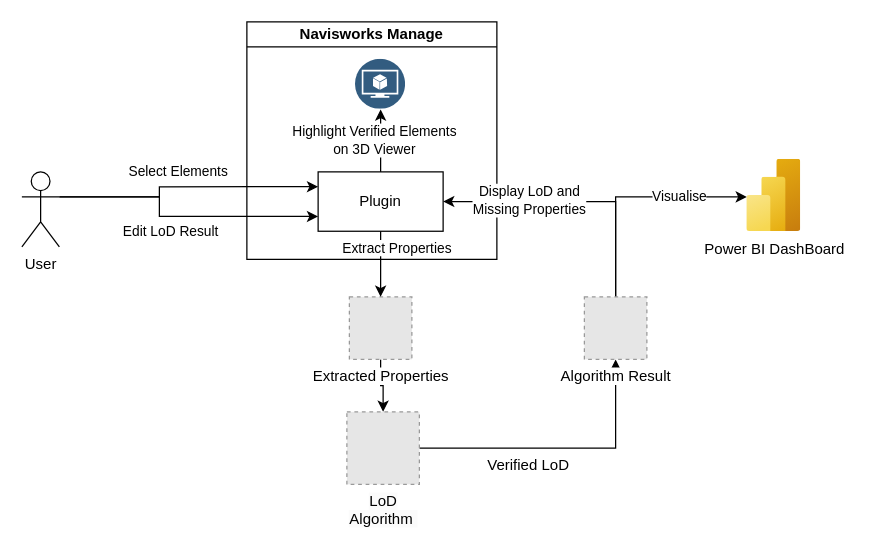
This is page "Context" (1 of 2) of Docs/NavisPlugin.drawio from NgoMinhhh/NavisPlugin, a draw.io file, before an edit. Source tidied: cells renumbered, new cells numbered last; positions are measured from the earlier drawing's top-left corner, leaving out a move shared by most shapes. Both pictures are drawn from the tidied source at 125%, with x=0, y=0 at pixel (21, 21). Pictures stored in the file or linked from it are replaced by grey dashed boxes.
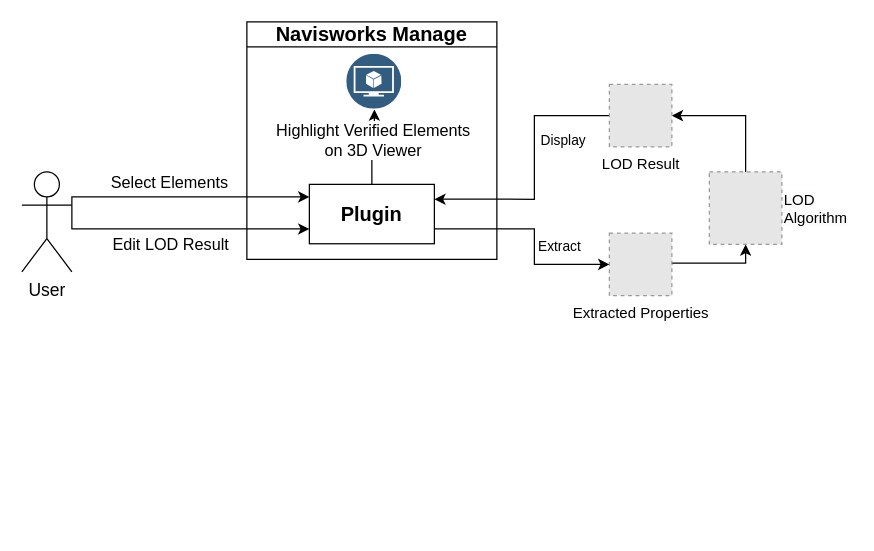
The same page after the edit.

The edit, as a diff of the source:
```diff
@@
-    <mxCell id="2" style="edgeStyle=orthogonalEdgeStyle;rounded=0;jettySize=auto;html=1;entryX=0;entryY=0.75;entryDx=0;entryDy=0;" parent="1" edge="1" source="5" target="8">
+    <mxCell id="2" style="edgeStyle=orthogonalEdgeStyle;rounded=0;jettySize=auto;html=1;entryX=0;entryY=0.75;entryDx=0;entryDy=0;exitX=1;exitY=0.3333333333333333;exitDx=0;exitDy=0;exitPerimeter=0;" parent="1" edge="1" source="5" target="8">
       <mxGeometry relative="1" as="geometry">
         <Array as="points">
-          <mxPoint x="110" y="140" />
-          <mxPoint x="110" y="156" />
+          <mxPoint x="40" y="166" />
         </Array>
       </mxGeometry>
     </mxCell>
-    <mxCell id="3" value="Edit LoD Result" style="edgeLabel;html=1;align=center;verticalAlign=middle;" parent="2" vertex="1">
+    <mxCell id="3" value="Edit LOD Result" style="edgeLabel;html=1;align=center;verticalAlign=middle;fontSize=13;" parent="2" vertex="1">
       <mxGeometry x="-0.02" y="-3" relative="1" as="geometry">
         <mxPoint x="-5" y="9" as="offset" />
       </mxGeometry>
     </mxCell>
-    <mxCell id="4" value="Select Elements" style="edgeStyle=orthogonalEdgeStyle;rounded=0;jettySize=auto;html=1;entryX=0;entryY=0.25;entryDx=0;entryDy=0;exitX=1;exitY=0.3333333333333333;exitDx=0;exitDy=0;exitPerimeter=0;" parent="1" edge="1" source="5" target="8">
-      <mxGeometry x="-0.04" y="12" relative="1" as="geometry">
+    <mxCell id="4" value="Select Elements" style="edgeStyle=elbowEdgeStyle;rounded=0;jettySize=auto;html=1;entryX=0;entryY=0.25;entryDx=0;entryDy=0;fontSize=13;elbow=vertical;exitX=1;exitY=0.3333333333333333;exitDx=0;exitDy=0;exitPerimeter=0;" parent="1" edge="1" source="5">
+      <mxGeometry x="-0.14" y="12" relative="1" as="geometry">
+        <mxPoint x="230" y="139.7" as="targetPoint" />
         <Array as="points">
-          <mxPoint x="110" y="140" />
-          <mxPoint x="110" y="132" />
+          <mxPoint x="130" y="140" />
         </Array>
       </mxGeometry>
     </mxCell>
-    <mxCell id="5" value="User" style="shape=umlActor;verticalLabelPosition=bottom;verticalAlign=top;html=1;outlineConnect=0;" parent="1" vertex="1">
-      <mxGeometry y="120" width="30" height="60" as="geometry" />
+    <mxCell id="5" value="User" style="shape=umlActor;verticalLabelPosition=bottom;verticalAlign=top;html=1;outlineConnect=0;fontSize=14;" parent="1" vertex="1">
+      <mxGeometry y="120" width="40" height="80" as="geometry" />
     </mxCell>
-    <mxCell id="6" value="Navisworks Manage" style="swimlane;whiteSpace=wrap;html=1;startSize=20;" parent="1" vertex="1">
+    <mxCell id="6" value="&lt;font style=&quot;font-size: 16px;&quot;&gt;Navisworks Manage&lt;/font&gt;" style="swimlane;whiteSpace=wrap;html=1;startSize=20;" parent="1" vertex="1">
       <mxGeometry x="180" width="200" height="190" as="geometry" />
     </mxCell>
-    <mxCell id="7" value="&lt;span style=&quot;forced-color-adjust: none; color: rgb(0, 0, 0); font-family: Helvetica; font-style: normal; font-variant-ligatures: normal; font-variant-caps: normal; letter-spacing: normal; orphans: 2; text-align: center; text-indent: 0px; text-transform: none; widows: 2; word-spacing: 0px; -webkit-text-stroke-width: 0px; white-space: nowrap; text-decoration-thickness: initial; text-decoration-style: initial; text-decoration-color: initial; font-size: 11px; font-weight: 400; background-color: rgb(255, 255, 255); float: none; display: inline !important;&quot;&gt;Highlight Verified Elements&lt;br&gt;on 3D Viewer&lt;/span&gt;" style="edgeStyle=orthogonalEdgeStyle;rounded=0;jettySize=auto;html=1;" parent="6" edge="1" source="8" target="9">
+    <mxCell id="7" value="&lt;span style=&quot;forced-color-adjust: none; color: rgb(0, 0, 0); font-family: Helvetica; font-style: normal; font-variant-ligatures: normal; font-variant-caps: normal; letter-spacing: normal; orphans: 2; text-align: center; text-indent: 0px; text-transform: none; widows: 2; word-spacing: 0px; -webkit-text-stroke-width: 0px; white-space: nowrap; text-decoration-thickness: initial; text-decoration-style: initial; text-decoration-color: initial; font-size: 13px; font-weight: 400; background-color: rgb(255, 255, 255); float: none; display: inline !important;&quot;&gt;Highlight Verified Elements&lt;br style=&quot;font-size: 13px;&quot;&gt;on 3D Viewer&lt;/span&gt;" style="edgeStyle=orthogonalEdgeStyle;rounded=0;jettySize=auto;html=1;fontSize=13;" parent="6" edge="1" source="8" target="9">
       <mxGeometry x="0.01" y="5" relative="1" as="geometry" />
     </mxCell>
-    <mxCell id="8" value="Plugin" style="rounded=0;whiteSpace=wrap;html=1;" parent="6" vertex="1">
-      <mxGeometry x="57" y="120" width="100" height="47.5" as="geometry" />
+    <mxCell id="8" value="&lt;font style=&quot;font-size: 16px;&quot;&gt;&lt;b&gt;Plugin&lt;/b&gt;&lt;/font&gt;" style="rounded=0;whiteSpace=wrap;html=1;" parent="6" vertex="1">
+      <mxGeometry x="50" y="130" width="100" height="47.5" as="geometry" />
     </mxCell>
     <mxCell id="9" style="image;perimeter=ellipsePerimeter;html=1;align=center;shadow=0;dashed=0;fontColor=#4277BB;labelBackgroundColor=default;fontSize=12;spacingTop=3;image=img/lib/ibm/data/model.svg;" parent="6" vertex="1">
-      <mxGeometry x="87" y="30" width="40" height="40" as="geometry" />
+      <mxGeometry x="80" y="26" width="44" height="44" as="geometry" />
     </mxCell>
-    <mxCell id="10" style="edgeStyle=orthogonalEdgeStyle;rounded=0;jettySize=auto;html=1;entryX=0.5;entryY=1;entryDx=0;entryDy=0;exitX=1;exitY=0.5;exitDx=0;exitDy=0;" parent="1" edge="1" source="20" target="15">
+    <mxCell id="10" style="edgeStyle=orthogonalEdgeStyle;rounded=0;jettySize=auto;html=1;entryX=1;entryY=0.5;entryDx=0;entryDy=0;exitX=0.5;exitY=0;exitDx=0;exitDy=0;" parent="1" edge="1" source="20" target="15">
       <mxGeometry relative="1" as="geometry" />
     </mxCell>
-    <mxCell id="11" style="edgeStyle=orthogonalEdgeStyle;rounded=0;jettySize=auto;html=1;entryX=1;entryY=0.5;entryDx=0;entryDy=0;exitX=0.5;exitY=0;exitDx=0;exitDy=0;" parent="1" edge="1" source="15" target="8">
+    <mxCell id="11" style="edgeStyle=orthogonalEdgeStyle;rounded=0;jettySize=auto;html=1;entryX=1;entryY=0.25;entryDx=0;entryDy=0;exitX=0;exitY=0.5;exitDx=0;exitDy=0;" parent="1" edge="1" source="15" target="8">
       <mxGeometry relative="1" as="geometry">
         <Array as="points">
-          <mxPoint x="475" y="144" />
+          <mxPoint x="410" y="75" />
+          <mxPoint x="410" y="142" />
         </Array>
       </mxGeometry>
     </mxCell>
-    <mxCell id="12" value="Display LoD and&lt;br&gt;Missing Properties" style="edgeLabel;html=1;align=center;verticalAlign=middle;" parent="11" vertex="1">
-      <mxGeometry x="0.36" y="-1" relative="1" as="geometry" />
+    <mxCell id="12" value="Display" style="edgeLabel;html=1;align=center;verticalAlign=middle;" parent="11" vertex="1">
+      <mxGeometry x="0.36" y="-1" relative="1" as="geometry">
+        <mxPoint x="37" y="-46" as="offset" />
+      </mxGeometry>
     </mxCell>
-    <mxCell id="13" style="edgeStyle=orthogonalEdgeStyle;rounded=0;jettySize=auto;html=1;" parent="1" edge="1" source="15" target="21">
-      <mxGeometry relative="1" as="geometry">
-        <Array as="points">
-          <mxPoint x="475" y="140" />
-        </Array>
-      </mxGeometry>
-    </mxCell>
-    <mxCell id="14" value="Visualise" style="edgeLabel;html=1;align=center;verticalAlign=middle;" parent="13" vertex="1">
-      <mxGeometry x="0.4" y="1" relative="1" as="geometry" />
-    </mxCell>
-    <mxCell id="15" value="Algorithm Result" style="fillColor=#E6E6E6;strokeColor=#999999;dashed=1;html=1;verticalAlign=top;verticalLabelPosition=bottom;labelBackgroundColor=#ffffff;" parent="1" vertex="1">
-      <mxGeometry x="450" y="220" width="50" height="50" as="geometry" />
+    <mxCell id="15" value="LOD Result" style="fillColor=#E6E6E6;strokeColor=#999999;dashed=1;html=1;verticalAlign=top;verticalLabelPosition=bottom;labelBackgroundColor=#ffffff;" parent="1" vertex="1">
+      <mxGeometry x="470" y="50" width="50" height="50" as="geometry" />
     </mxCell>
-    <mxCell id="16" style="edgeStyle=orthogonalEdgeStyle;rounded=0;jettySize=auto;html=1;" parent="1" edge="1" source="17" target="20">
-      <mxGeometry relative="1" as="geometry" />
+    <mxCell id="16" style="edgeStyle=elbowEdgeStyle;rounded=0;jettySize=auto;html=1;exitX=1;exitY=0.5;exitDx=0;exitDy=0;elbow=vertical;" parent="1" edge="1" source="17" target="20">
+      <mxGeometry relative="1" as="geometry">
+        <Array as="points">
+          <mxPoint x="540" y="193" />
+        </Array>
+      </mxGeometry>
     </mxCell>
     <mxCell id="17" value="Extracted Properties" style="fillColor=#E6E6E6;strokeColor=#999999;dashed=1;html=1;verticalAlign=top;verticalLabelPosition=bottom;labelBackgroundColor=#ffffff;" parent="1" vertex="1">
-      <mxGeometry x="262" y="220" width="50" height="50" as="geometry" />
+      <mxGeometry x="470" y="169" width="50" height="50" as="geometry" />
     </mxCell>
-    <mxCell id="18" value="Extract Properties" style="edgeStyle=orthogonalEdgeStyle;rounded=0;jettySize=auto;html=1;" parent="1" edge="1" source="8" target="17">
-      <mxGeometry x="-0.54" y="13" relative="1" as="geometry">
-        <mxPoint y="1" as="offset" />
+    <mxCell id="18" value="Extract" style="edgeStyle=orthogonalEdgeStyle;rounded=0;jettySize=auto;html=1;exitX=1;exitY=0.75;exitDx=0;exitDy=0;" parent="1" edge="1" source="8" target="17">
+      <mxGeometry x="0.52" y="14" relative="1" as="geometry">
+        <Array as="points">
+          <mxPoint x="410" y="166" />
+          <mxPoint x="410" y="194" />
+        </Array>
       </mxGeometry>
     </mxCell>
-    <mxCell id="19" value="Verified LoD" style="text;html=1;align=center;verticalAlign=middle;strokeColor=none;fillColor=none;" parent="1" vertex="1">
-      <mxGeometry x="360" y="340" width="90" height="30" as="geometry" />
-    </mxCell>
-    <mxCell id="20" value="&lt;span style=&quot;color: rgb(0, 0, 0); font-family: Helvetica; font-size: 12px; font-style: normal; font-variant-ligatures: normal; font-variant-caps: normal; font-weight: 400; letter-spacing: normal; orphans: 2; text-align: center; text-indent: 0px; text-transform: none; widows: 2; word-spacing: 0px; -webkit-text-stroke-width: 0px; white-space: normal; background-color: rgb(251, 251, 251); text-decoration-thickness: initial; text-decoration-style: initial; text-decoration-color: initial; display: inline !important; float: none;&quot;&gt;LoD Algorithm&lt;span&gt;&amp;nbsp;&lt;/span&gt;&lt;/span&gt;" style="fillColor=#E6E6E6;strokeColor=#999999;dashed=1;html=1;verticalAlign=top;verticalLabelPosition=bottom;labelBackgroundColor=#ffffff;" parent="1" vertex="1">
-      <mxGeometry x="260" y="312" width="58" height="58" as="geometry" />
+    <mxCell id="20" style="fillColor=#E6E6E6;strokeColor=#999999;dashed=1;html=1;verticalAlign=top;verticalLabelPosition=bottom;labelBackgroundColor=#ffffff;" parent="1" vertex="1">
+      <mxGeometry x="550" y="120" width="58" height="58" as="geometry" />
     </mxCell>
-    <mxCell id="21" value="Power BI DashBoard" style="image;html=1;points=[];align=center;fontSize=12;image=img/lib/azure2/analytics/Power_BI_Embedded.svg;" parent="1" vertex="1">
-      <mxGeometry x="580" y="110" width="43.3" height="57.8" as="geometry" />
-    </mxCell>
+    <mxCell id="22" value="&lt;span style=&quot;color: rgb(0, 0, 0); font-family: Helvetica; font-size: 12px; font-style: normal; font-variant-ligatures: normal; font-variant-caps: normal; font-weight: 400; letter-spacing: normal; orphans: 2; text-align: center; text-indent: 0px; text-transform: none; widows: 2; word-spacing: 0px; -webkit-text-stroke-width: 0px; white-space: normal; background-color: rgb(251, 251, 251); text-decoration-thickness: initial; text-decoration-style: initial; text-decoration-color: initial; display: inline !important; float: none;&quot;&gt;LOD Algorithm&lt;/span&gt;&lt;span style=&quot;forced-color-adjust: none; color: rgb(0, 0, 0); font-family: Helvetica; font-size: 12px; font-style: normal; font-variant-ligatures: normal; font-variant-caps: normal; font-weight: 400; letter-spacing: normal; orphans: 2; text-align: center; text-indent: 0px; text-transform: none; widows: 2; word-spacing: 0px; -webkit-text-stroke-width: 0px; white-space: normal; text-decoration-thickness: initial; text-decoration-style: initial; text-decoration-color: initial;&quot;&gt;&amp;nbsp;&lt;/span&gt;" style="text;whiteSpace=wrap;html=1;" parent="1" vertex="1">
+      <mxGeometry x="608" y="129" width="52" height="40" as="geometry" />
+    </mxCell>
```
